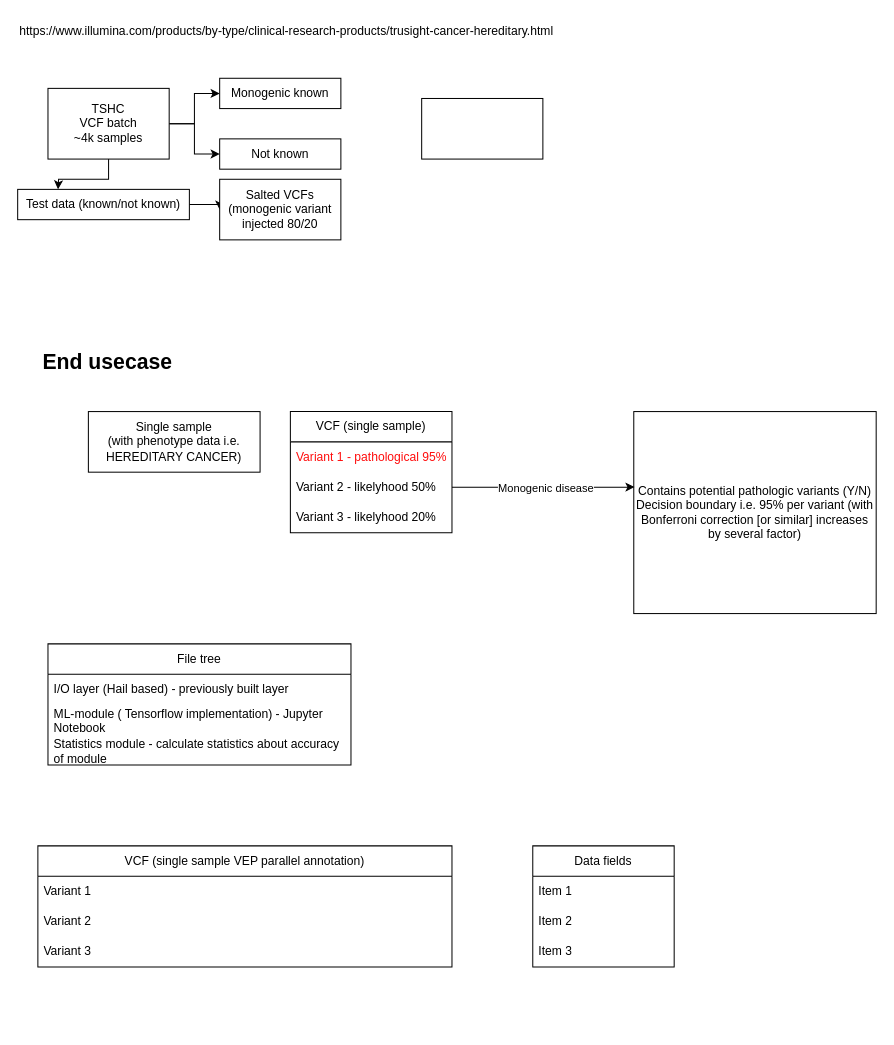
The draw.io diagram Untitled Diagram.drawio in OligoGeneticDiseases/GenomeMLModels, before the edit. Source tidied: cells renumbered, new cells numbered last; positions are measured from the earlier drawing's top-left corner, leaving out a move shared by most shapes. Both pictures are drawn from the tidied source at 101%, with x=0, y=0 at pixel (17, 17).
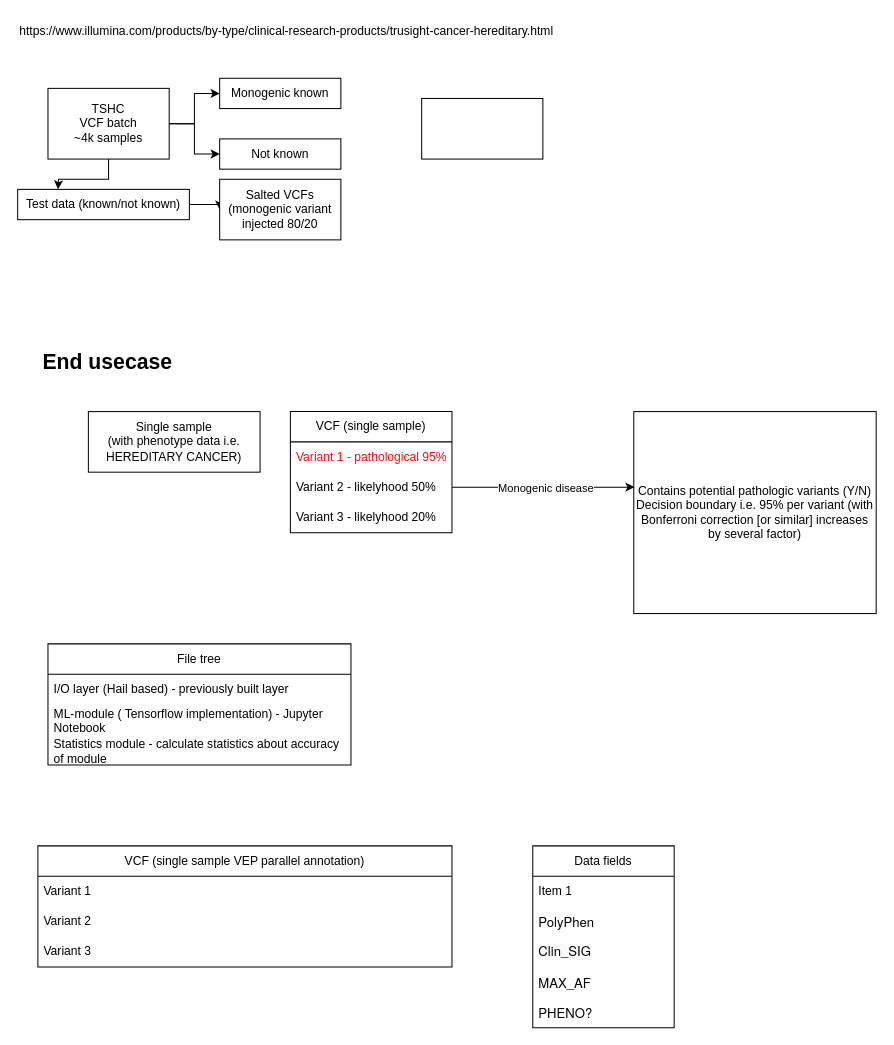
The same diagram, later.

Commit message:
added data fields

Diff of the diagram source:
```diff
@@
     <mxCell id="32" value="Data fields" style="swimlane;fontStyle=0;horizontal=1;startSize=30;whiteSpace=wrap;html=1;" parent="1" vertex="1">
-      <mxGeometry x="510" y="820" width="140" height="120" as="geometry" />
+      <mxGeometry x="510" y="820" width="140" height="180" as="geometry" />
     </mxCell>
@@
-    <mxCell id="34" value="Item 2" style="text;strokeColor=none;fillColor=none;align=left;verticalAlign=middle;spacingLeft=4;spacingRight=4;overflow=hidden;whiteSpace=wrap;html=1;" parent="32" vertex="1">
+    <mxCell id="34" value="&lt;p style=&quot;margin: 0px; font-style: normal; font-variant-caps: normal; font-stretch: normal; font-size: 13px; line-height: normal; font-family: &amp;quot;Helvetica Neue&amp;quot;; font-size-adjust: none; font-kerning: auto; font-variant-alternates: normal; font-variant-ligatures: normal; font-variant-numeric: normal; font-variant-east-asian: normal; font-variant-position: normal; font-variant-emoji: normal; font-feature-settings: normal; font-optical-sizing: auto; font-variation-settings: normal;&quot;&gt;PolyPhen&lt;/p&gt;" style="text;strokeColor=none;fillColor=none;align=left;verticalAlign=middle;spacingLeft=4;spacingRight=4;overflow=hidden;whiteSpace=wrap;html=1;" parent="32" vertex="1">
       <mxGeometry y="60" width="140" height="30" as="geometry" />
     </mxCell>
-    <mxCell id="35" value="Item 3" style="text;strokeColor=none;fillColor=none;align=left;verticalAlign=middle;spacingLeft=4;spacingRight=4;overflow=hidden;whiteSpace=wrap;html=1;" parent="32" vertex="1">
+    <mxCell id="35" value="&lt;span style=&quot;caret-color: rgb(0, 0, 0); color: rgb(0, 0, 0); font-family: &amp;quot;Helvetica Neue&amp;quot;; font-size: 13px; font-style: normal; font-variant-caps: normal; font-weight: 400; letter-spacing: normal; text-align: left; text-indent: 0px; text-transform: none; word-spacing: 0px; -webkit-text-stroke-width: 0px; background-color: rgb(251, 251, 251); text-decoration: none; float: none; display: inline !important;&quot;&gt;Clin_SIG&lt;/span&gt;" style="text;strokeColor=none;fillColor=none;align=left;verticalAlign=middle;spacingLeft=4;spacingRight=4;overflow=hidden;whiteSpace=wrap;html=1;" parent="32" vertex="1">
       <mxGeometry y="90" width="140" height="30" as="geometry" />
     </mxCell>
+    <mxCell id="36" value="&lt;p style=&quot;margin: 0px; font-style: normal; font-variant-caps: normal; font-stretch: normal; font-size: 13px; line-height: normal; font-family: &amp;quot;Helvetica Neue&amp;quot;; font-size-adjust: none; font-kerning: auto; font-variant-alternates: normal; font-variant-ligatures: normal; font-variant-numeric: normal; font-variant-east-asian: normal; font-variant-position: normal; font-variant-emoji: normal; font-feature-settings: normal; font-optical-sizing: auto; font-variation-settings: normal;&quot;&gt;MAX_AF&lt;/p&gt;" style="text;strokeColor=none;fillColor=none;align=left;verticalAlign=middle;spacingLeft=4;spacingRight=4;overflow=hidden;whiteSpace=wrap;html=1;" parent="32" vertex="1">
+      <mxGeometry y="120" width="140" height="30" as="geometry" />
+    </mxCell>
+    <mxCell id="37" value="&lt;p style=&quot;margin: 0px; font-style: normal; font-variant-caps: normal; font-stretch: normal; font-size: 13px; line-height: normal; font-family: &amp;quot;Helvetica Neue&amp;quot;; font-size-adjust: none; font-kerning: auto; font-variant-alternates: normal; font-variant-ligatures: normal; font-variant-numeric: normal; font-variant-east-asian: normal; font-variant-position: normal; font-variant-emoji: normal; font-feature-settings: normal; font-optical-sizing: auto; font-variation-settings: normal;&quot;&gt;PHENO?&lt;/p&gt;" style="text;strokeColor=none;fillColor=none;align=left;verticalAlign=middle;spacingLeft=4;spacingRight=4;overflow=hidden;whiteSpace=wrap;html=1;" parent="32" vertex="1">
+      <mxGeometry y="150" width="140" height="30" as="geometry" />
+    </mxCell>
```
